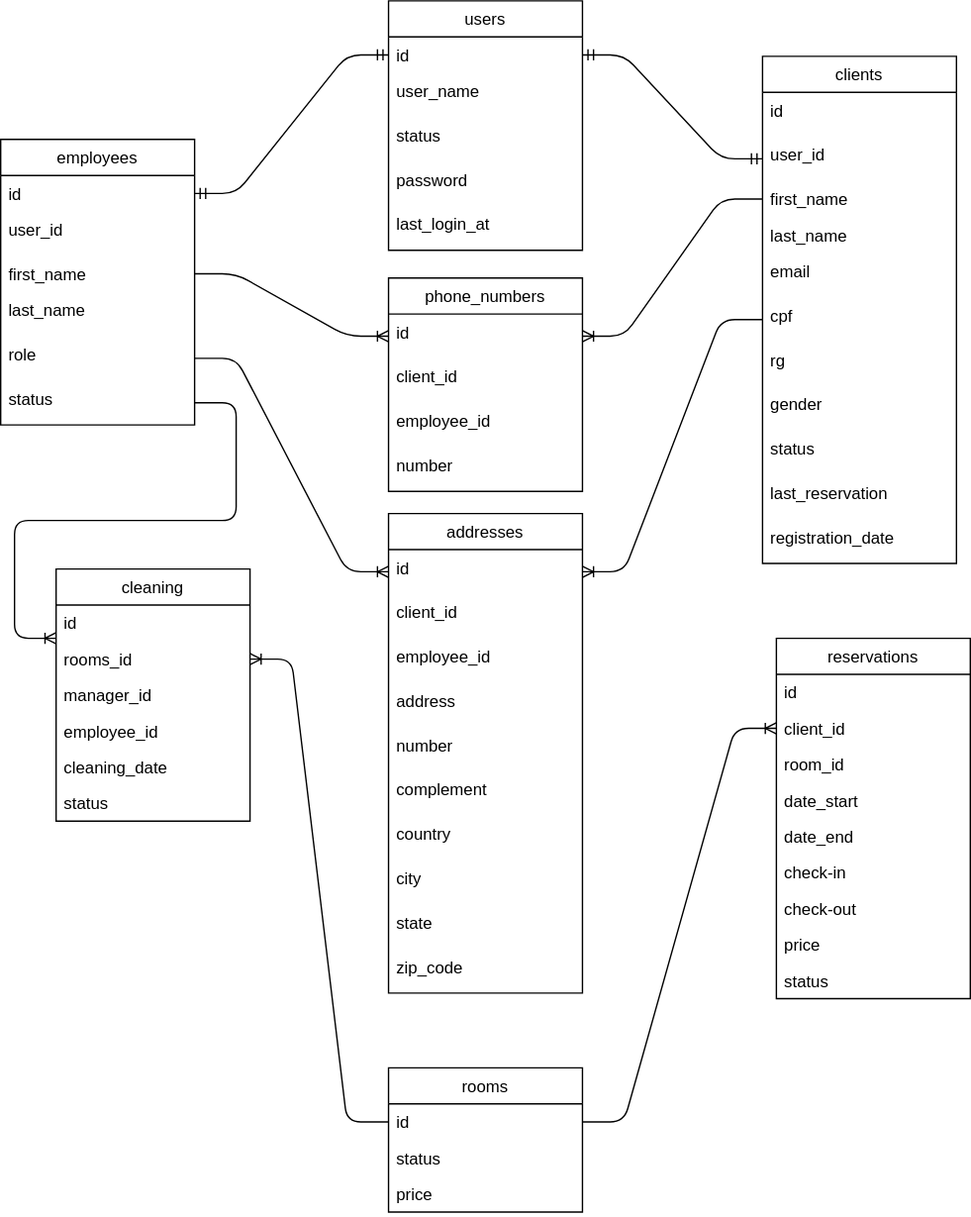
Earlier version of the draw.io export DataBase.svg (leo-moliveira/fadergs-system-b). Source tidied: cells renumbered, new cells last; positions are measured from the earlier drawing's top-left corner, leaving out a move shared by most shapes.
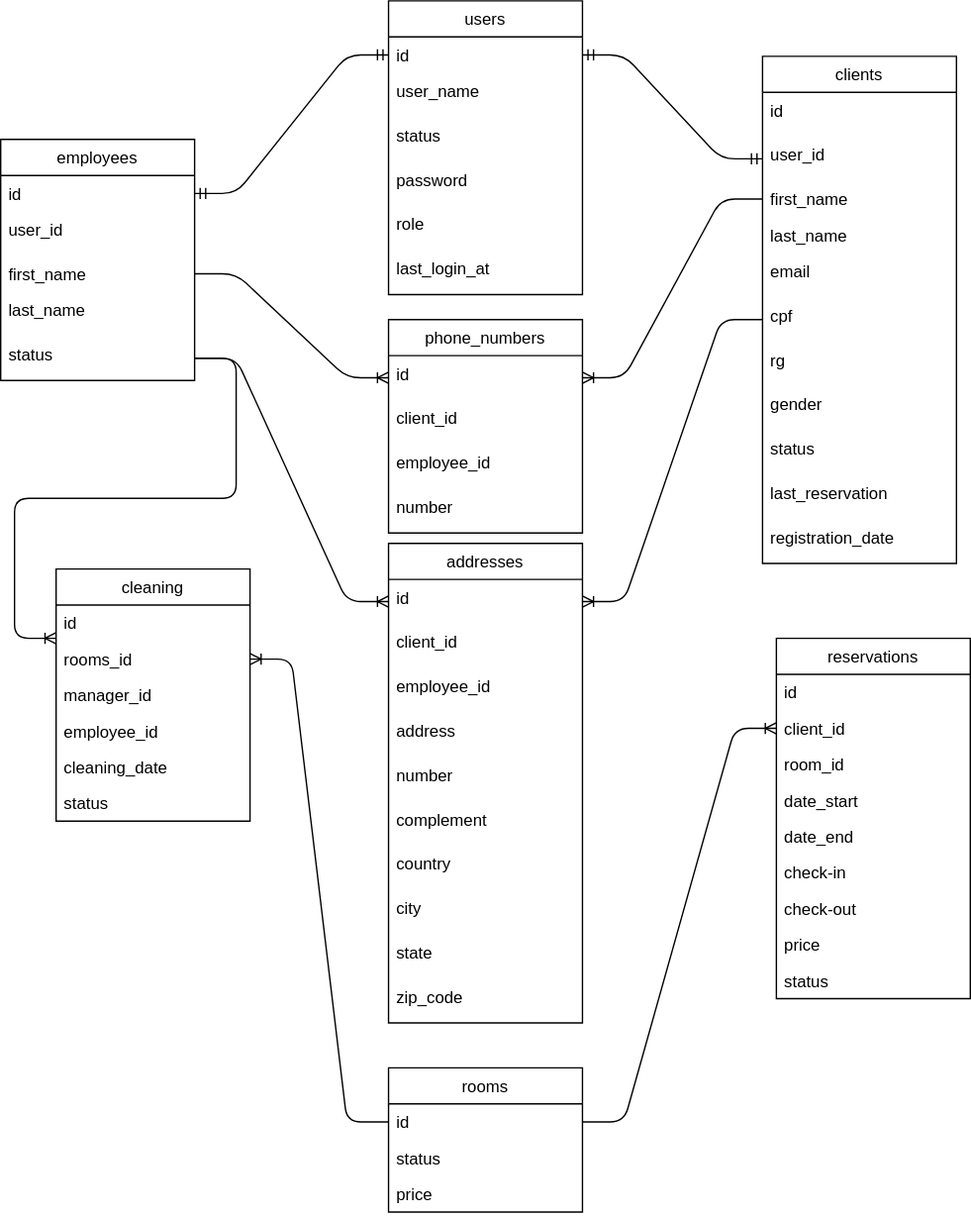
The same file after the commit.

Change to the diagram source:
```diff
@@ -3,7 +3,7 @@
     <mxCell id="0" />
     <mxCell id="1" parent="0" />
     <mxCell id="2" value="users" style="swimlane;fontStyle=0;horizontal=1;startSize=26;" parent="1" vertex="1">
-      <mxGeometry x="280" width="140" height="180" as="geometry" />
+      <mxGeometry x="280" width="140" height="212" as="geometry" />
     </mxCell>
     <mxCell id="3" value="id&#10;" style="text;strokeColor=none;fillColor=none;align=left;verticalAlign=top;spacingLeft=4;spacingRight=4;overflow=hidden;points=[[0,0.5],[1,0.5]];portConstraint=eastwest;" parent="2" vertex="1">
       <mxGeometry y="26" width="140" height="26" as="geometry" />
@@ -17,8 +17,11 @@
     <mxCell id="6" value="password" style="text;strokeColor=none;fillColor=none;align=left;verticalAlign=top;spacingLeft=4;spacingRight=4;overflow=hidden;" parent="2" vertex="1">
       <mxGeometry y="116" width="140" height="32" as="geometry" />
     </mxCell>
+    <mxCell id="55" value="role" style="text;strokeColor=none;fillColor=none;align=left;verticalAlign=top;spacingLeft=4;spacingRight=4;overflow=hidden;points=[[0,0.5],[1,0.5]];portConstraint=eastwest;" parent="2" vertex="1">
+      <mxGeometry y="148" width="140" height="32" as="geometry" />
+    </mxCell>
     <mxCell id="7" value="last_login_at" style="text;strokeColor=none;fillColor=none;align=left;verticalAlign=top;spacingLeft=4;spacingRight=4;overflow=hidden;" parent="2" vertex="1">
-      <mxGeometry y="148" width="140" height="32" as="geometry" />
+      <mxGeometry y="180" width="140" height="32" as="geometry" />
     </mxCell>
     <mxCell id="8" value="clients" style="swimlane;fontStyle=0;horizontal=1;startSize=26;" parent="1" vertex="1">
       <mxGeometry x="550" y="40" width="140" height="366" as="geometry" />
@@ -57,7 +60,7 @@
       <mxGeometry y="334" width="140" height="32" as="geometry" />
     </mxCell>
     <mxCell id="20" value="addresses" style="swimlane;fontStyle=0;horizontal=1;startSize=26;" parent="1" vertex="1">
-      <mxGeometry x="280" y="370" width="140" height="346" as="geometry" />
+      <mxGeometry x="280" y="391.5" width="140" height="346" as="geometry" />
     </mxCell>
     <mxCell id="21" value="id" style="text;strokeColor=none;fillColor=none;align=left;verticalAlign=top;spacingLeft=4;spacingRight=4;overflow=hidden;points=[[0,0.5],[1,0.5]];portConstraint=eastwest;" parent="20" vertex="1">
       <mxGeometry y="26" width="140" height="32" as="geometry" />
@@ -90,7 +93,7 @@
       <mxGeometry y="314" width="140" height="32" as="geometry" />
     </mxCell>
     <mxCell id="31" value="phone_numbers" style="swimlane;fontStyle=0;horizontal=1;startSize=26;" parent="1" vertex="1">
-      <mxGeometry x="280" y="200" width="140" height="154" as="geometry" />
+      <mxGeometry x="280" y="230" width="140" height="154" as="geometry" />
     </mxCell>
     <mxCell id="32" value="id" style="text;strokeColor=none;fillColor=none;align=left;verticalAlign=top;spacingLeft=4;spacingRight=4;overflow=hidden;points=[[0,0.5],[1,0.5]];portConstraint=eastwest;" parent="31" vertex="1">
       <mxGeometry y="26" width="140" height="32" as="geometry" />
@@ -147,7 +150,7 @@
       <mxGeometry y="234" width="140" height="26" as="geometry" />
     </mxCell>
     <mxCell id="50" value="employees" style="swimlane;fontStyle=0;horizontal=1;startSize=26;" parent="1" vertex="1">
-      <mxGeometry y="100" width="140" height="206" as="geometry" />
+      <mxGeometry y="100" width="140" height="174" as="geometry" />
     </mxCell>
     <mxCell id="51" value="id" style="text;strokeColor=none;fillColor=none;align=left;verticalAlign=top;spacingLeft=4;spacingRight=4;overflow=hidden;points=[[0,0.5],[1,0.5]];portConstraint=eastwest;" parent="50" vertex="1">
       <mxGeometry y="26" width="140" height="26" as="geometry" />
@@ -161,11 +164,8 @@
     <mxCell id="54" value="last_name" style="text;strokeColor=none;fillColor=none;align=left;verticalAlign=top;spacingLeft=4;spacingRight=4;overflow=hidden;" parent="50" vertex="1">
       <mxGeometry y="110" width="140" height="32" as="geometry" />
     </mxCell>
-    <mxCell id="55" value="role" style="text;strokeColor=none;fillColor=none;align=left;verticalAlign=top;spacingLeft=4;spacingRight=4;overflow=hidden;points=[[0,0.5],[1,0.5]];portConstraint=eastwest;" parent="50" vertex="1">
-      <mxGeometry y="142" width="140" height="32" as="geometry" />
-    </mxCell>
     <mxCell id="56" value="status" style="text;strokeColor=none;fillColor=none;align=left;verticalAlign=top;spacingLeft=4;spacingRight=4;overflow=hidden;points=[[0,0.5],[1,0.5]];portConstraint=eastwest;" parent="50" vertex="1">
-      <mxGeometry y="174" width="140" height="32" as="geometry" />
+      <mxGeometry y="142" width="140" height="32" as="geometry" />
     </mxCell>
     <mxCell id="57" value="cleaning" style="swimlane;fontStyle=0;horizontal=1;startSize=26;" parent="1" vertex="1">
       <mxGeometry x="40" y="410" width="140" height="182" as="geometry" />
@@ -200,8 +200,10 @@
     <mxCell id="67" style="edgeStyle=entityRelationEdgeStyle;fontSize=12;html=1;endArrow=ERoneToMany;exitX=0;exitY=0.5;exitDx=0;exitDy=0;entryX=1;entryY=0.5;entryDx=0;entryDy=0;" parent="1" edge="1" source="11" target="32">
       <mxGeometry relative="1" as="geometry" />
     </mxCell>
-    <mxCell id="68" style="edgeStyle=entityRelationEdgeStyle;fontSize=12;html=1;endArrow=ERoneToMany;exitX=1;exitY=0.5;exitDx=0;exitDy=0;entryX=0;entryY=0.5;entryDx=0;entryDy=0;" parent="1" edge="1" source="55" target="21">
-      <mxGeometry relative="1" as="geometry" />
+    <mxCell id="68" style="edgeStyle=entityRelationEdgeStyle;fontSize=12;html=1;endArrow=ERoneToMany;exitX=1;exitY=0.5;exitDx=0;exitDy=0;entryX=0;entryY=0.5;entryDx=0;entryDy=0;" parent="1" edge="1" target="21">
+      <mxGeometry relative="1" as="geometry">
+        <mxPoint x="140" y="258" as="sourcePoint" />
+      </mxGeometry>
     </mxCell>
     <mxCell id="69" style="edgeStyle=entityRelationEdgeStyle;fontSize=12;html=1;endArrow=ERoneToMany;exitX=0;exitY=0.5;exitDx=0;exitDy=0;entryX=1;entryY=0.5;entryDx=0;entryDy=0;" parent="1" edge="1" source="14" target="21">
       <mxGeometry relative="1" as="geometry" />
```
